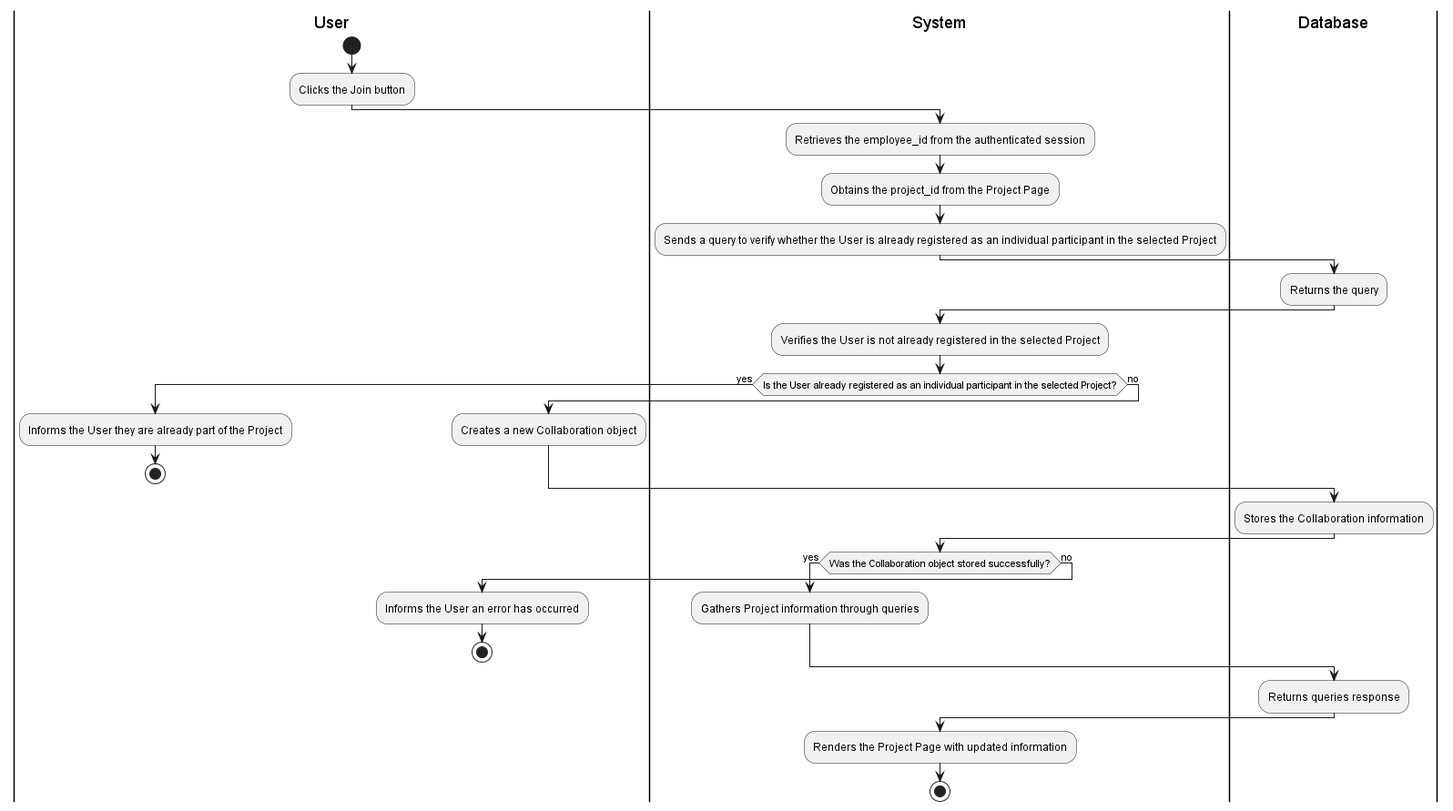
Above: documentation/activity_diagrams/out/PROJ-05-01-ActivityDiagram/PROJ-05-01-ActivityDiagram.png in Berthou05/LimboSoftwareDevelopment_Change.org (PlantUML), before the change.
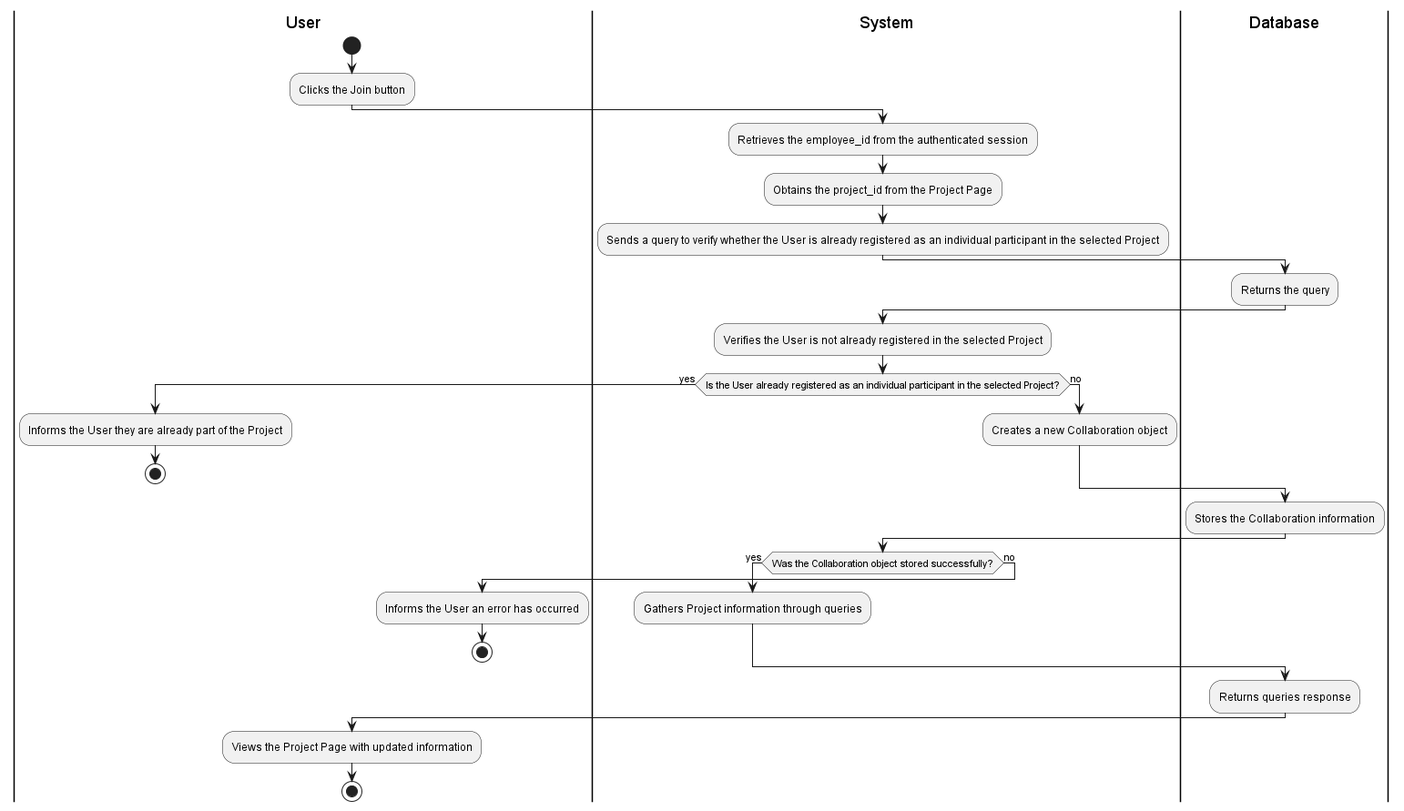
The same diagram one commit later.

Commit message:
[CHORE] corrected activity diagrams to match description

Change to the diagram source:
```diff
@@ -19,6 +19,7 @@
     :Informs the User they are already part of the Project;
     stop
 else (no)
+|System|
     :Creates a new Collaboration object;
 endif
 
@@ -37,7 +38,7 @@
 |Database|
 :Returns queries response;
 
-|System|
-:Renders the Project Page with updated information;
+|User|
+:Views the Project Page with updated information;
 stop
 @enduml
```
